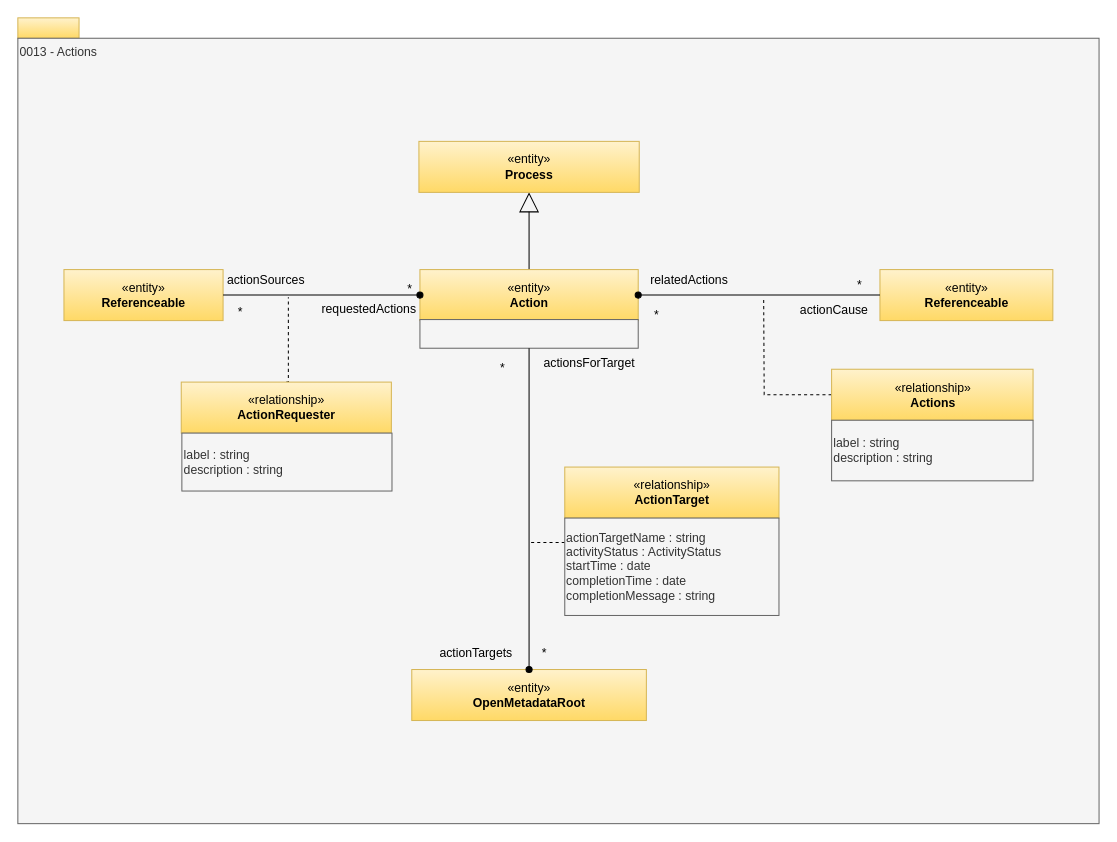
Above: page "0013-Actions" (8 of 32) of site/docs/types/0/area-0-basic-types-and-infrastructure.drawio in odpi/egeria-docs (draw.io), before the change. Source tidied: cells renumbered, new cells numbered last; positions are measured from the earlier drawing's top-left corner, leaving out a move shared by most shapes. Both pictures are drawn from the tidied source at 102%, with x=0, y=0 at pixel (17, 17).
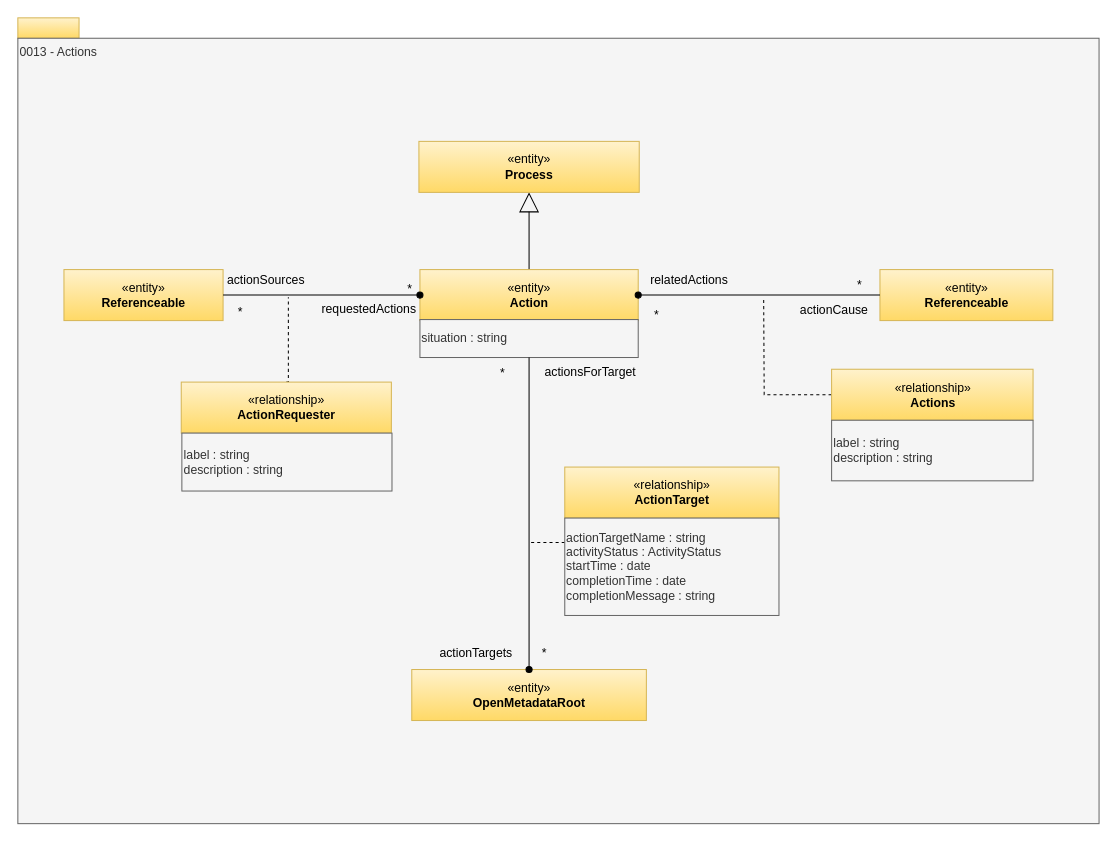
Above is the later version.

The edit, as a diff of the source:
```diff
@@
-    <mxCell id="7" value="&lt;br&gt;&lt;div style=&quot;text-align: left&quot;&gt;&lt;/div&gt;" style="rounded=0;whiteSpace=wrap;html=1;strokeColor=#666666;align=left;fillColor=#f5f5f5;fontColor=#333333;" parent="1" vertex="1">
-      <mxGeometry x="394.2" y="295.8" width="214" height="28.1" as="geometry" />
+    <mxCell id="7" value="situation : string&lt;div style=&quot;text-align: left&quot;&gt;&lt;/div&gt;" style="rounded=0;whiteSpace=wrap;html=1;strokeColor=#666666;align=left;fillColor=#f5f5f5;fontColor=#333333;" parent="1" vertex="1">
+      <mxGeometry x="394.2" y="295.8" width="214" height="37.2" as="geometry" />
     </mxCell>
@@
     <mxCell id="21" value="*" style="text;html=1;align=center;verticalAlign=top;spacingTop=-4;" parent="1" vertex="1">
-      <mxGeometry x="465.2" y="333.9" width="20" height="20" as="geometry" />
+      <mxGeometry x="465.2" y="338.9" width="20" height="20" as="geometry" />
     </mxCell>
@@
     <mxCell id="23" value="actionsForTarget" style="text;html=1;align=center;verticalAlign=middle;strokeColor=none;" parent="1" vertex="1">
-      <mxGeometry x="505.2" y="323.9" width="110" height="30" as="geometry" />
+      <mxGeometry x="506.2" y="332.9" width="110" height="30" as="geometry" />
     </mxCell>
```
